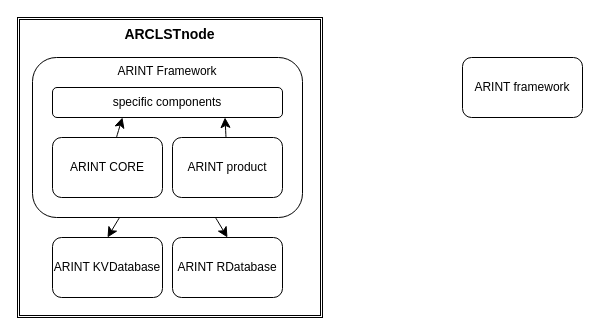
petre-renware/arint keeps this draw.io diagram as doc_src/pictures/system_landscape.drawio. Above is the earlier version. Source tidied: cells renumbered, new cells numbered last; positions are measured from the earlier drawing's top-left corner, leaving out a move shared by most shapes. Both pictures are drawn from the tidied source at 100%, with x=0, y=0 at pixel (17, 17).
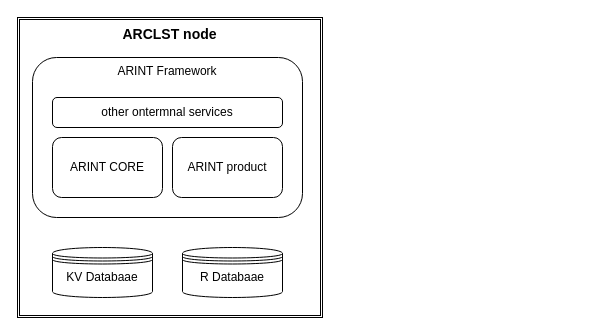
The same page after the edit.

Commit message (it also covers changes not shown here):
upd sys landscape images

What changed in the source:
```diff
@@
 <mxGraphModel>
   <root>
     <mxCell id="0" />
     <mxCell id="1" parent="0" />
-    <mxCell id="2" value="ARCLSTnode" style="shape=ext;double=1;rounded=0;whiteSpace=wrap;html=1;align=center;verticalAlign=top;fontStyle=1;fontSize=14;" parent="1" vertex="1">
+    <mxCell id="2" value="ARCLST node" style="shape=ext;double=1;rounded=0;whiteSpace=wrap;html=1;align=center;verticalAlign=top;fontStyle=1;fontSize=14;" parent="1" vertex="1">
       <mxGeometry width="305" height="300" as="geometry" />
     </mxCell>
-    <mxCell id="3" value="ARINT framework" style="rounded=1;whiteSpace=wrap;html=1;" parent="1" vertex="1">
-      <mxGeometry x="445" y="40" width="120" height="60" as="geometry" />
-    </mxCell>
-    <mxCell id="4" style="edgeStyle=none;curved=1;rounded=0;jettySize=auto;html=1;entryX=0.5;entryY=0;entryDx=0;entryDy=0;fontSize=12;startSize=8;endSize=8;" parent="1" edge="1" source="6" target="10">
-      <mxGeometry relative="1" as="geometry" />
-    </mxCell>
-    <mxCell id="5" style="edgeStyle=none;curved=1;rounded=0;jettySize=auto;html=1;entryX=0.5;entryY=0;entryDx=0;entryDy=0;fontSize=12;startSize=8;endSize=8;" parent="1" edge="1" source="6" target="9">
-      <mxGeometry relative="1" as="geometry" />
-    </mxCell>
     <mxCell id="6" value="ARINT Framework" style="rounded=1;whiteSpace=wrap;html=1;verticalAlign=top;fontStyle=0;" parent="1" vertex="1">
       <mxGeometry x="15" y="40" width="270" height="160" as="geometry" />
     </mxCell>
-    <mxCell id="7" style="edgeStyle=none;curved=1;rounded=0;jettySize=auto;html=1;fontSize=12;startSize=8;endSize=8;entryX=0.304;entryY=1;entryDx=0;entryDy=0;entryPerimeter=0;" parent="1" edge="1" source="8" target="13">
-      <mxGeometry relative="1" as="geometry" />
-    </mxCell>
-    <mxCell id="8" value="ARINT CORE" style="rounded=1;whiteSpace=wrap;html=1;" parent="1" vertex="1">
-      <mxGeometry x="35" y="120" width="110" height="60" as="geometry" />
-    </mxCell>
-    <mxCell id="9" value="ARINT RDatabase" style="rounded=1;whiteSpace=wrap;html=1;" parent="1" vertex="1">
-      <mxGeometry x="155" y="220" width="110" height="60" as="geometry" />
-    </mxCell>
-    <mxCell id="10" value="ARINT KVDatabase" style="rounded=1;whiteSpace=wrap;html=1;" parent="1" vertex="1">
-      <mxGeometry x="35" y="220" width="110" height="60" as="geometry" />
-    </mxCell>
-    <mxCell id="11" style="edgeStyle=none;curved=1;rounded=0;jettySize=auto;html=1;fontSize=12;startSize=8;endSize=8;entryX=0.75;entryY=1;entryDx=0;entryDy=0;" parent="1" edge="1" source="12" target="13">
-      <mxGeometry relative="1" as="geometry" />
-    </mxCell>
     <mxCell id="12" value="ARINT product" style="rounded=1;whiteSpace=wrap;html=1;" parent="1" vertex="1">
       <mxGeometry x="155" y="120" width="110" height="60" as="geometry" />
     </mxCell>
-    <mxCell id="13" value="specific components" style="rounded=1;whiteSpace=wrap;html=1;" parent="1" vertex="1">
-      <mxGeometry x="35" y="70" width="230" height="30" as="geometry" />
+    <mxCell id="13" value="other ontermnal services" style="rounded=1;whiteSpace=wrap;html=1;" parent="1" vertex="1">
+      <mxGeometry x="35" y="80" width="230" height="30" as="geometry" />
     </mxCell>
+    <mxCell id="8" value="ARINT CORE" style="rounded=1;whiteSpace=wrap;html=1;" parent="1" vertex="1">
+      <mxGeometry x="35" y="120" width="110" height="60" as="geometry" />
+    </mxCell>
+    <mxCell id="14" value="&lt;sup style=&quot;&quot;&gt;&lt;font style=&quot;font-size: 12px;&quot;&gt;KV Databaae&lt;/font&gt;&lt;/sup&gt;" style="shape=datastore;whiteSpace=wrap;html=1;fontSize=16;" parent="1" vertex="1">
+      <mxGeometry x="35" y="230" width="100" height="50" as="geometry" />
+    </mxCell>
+    <mxCell id="15" value="&lt;sup style=&quot;&quot;&gt;&lt;font style=&quot;font-size: 12px;&quot;&gt;R Databaae&lt;/font&gt;&lt;/sup&gt;" style="shape=datastore;whiteSpace=wrap;html=1;fontSize=16;" parent="1" vertex="1">
+      <mxGeometry x="165" y="230" width="100" height="50" as="geometry" />
+    </mxCell>
   </root>
 </mxGraphModel>
```
